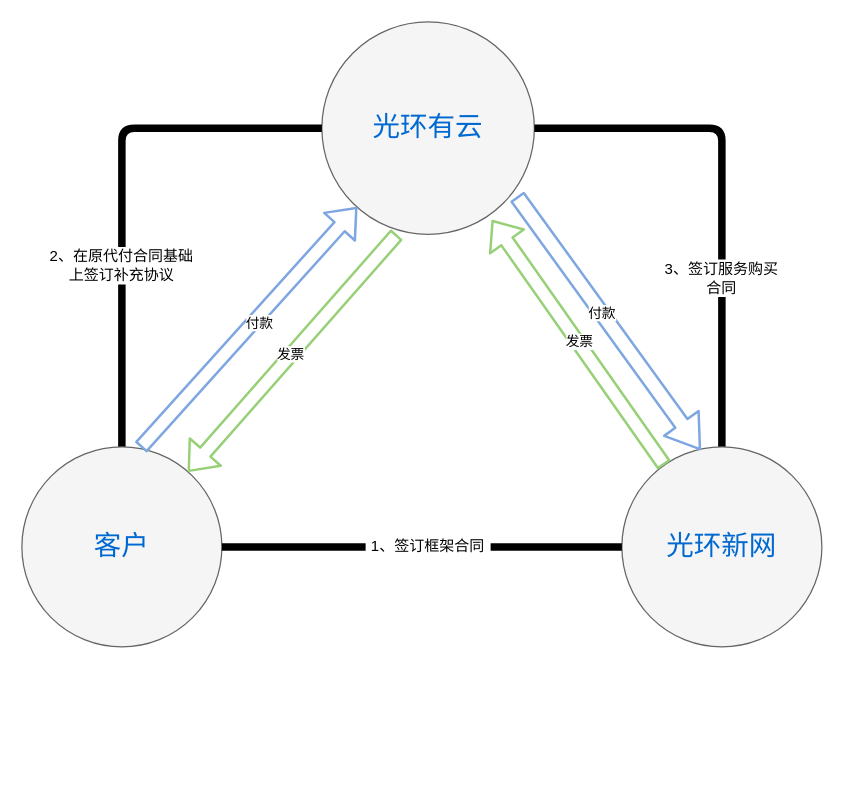
Above: 未命名绘图.drawio in foxprince/awsdraw (draw.io), before the change. Source tidied: cells renumbered, new cells numbered last; positions are measured from the earlier drawing's top-left corner, leaving out a move shared by most shapes. Both pictures are drawn from the tidied source at 125%, with x=0, y=0 at pixel (21, 21).
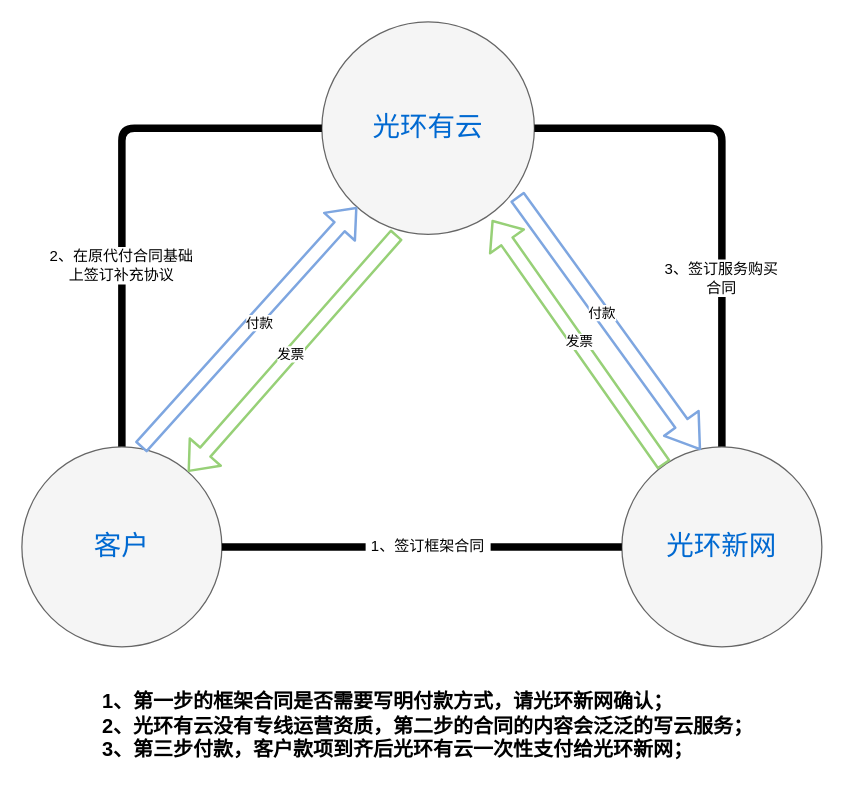
The same page after the edit.

Commit message:
更新未命名绘图.drawio

Change to the diagram source:
```diff
@@
+    <mxCell id="22" value="&lt;div style=&quot;text-align: left;&quot;&gt;&lt;br&gt;&lt;/div&gt;&lt;b style=&quot;&quot;&gt;&lt;div style=&quot;text-align: left;&quot;&gt;&lt;b style=&quot;font-size: medium; background-color: initial;&quot;&gt;1、&lt;/b&gt;&lt;b style=&quot;background-color: initial;&quot;&gt;&lt;font style=&quot;font-size: 16px;&quot;&gt;第一步的框架合同是否需要写明付款方式，请光环新网确认；&lt;/font&gt;&lt;/b&gt;&lt;/div&gt;&lt;/b&gt;&lt;font size=&quot;3&quot;&gt;&lt;div style=&quot;text-align: left;&quot;&gt;&lt;b style=&quot;background-color: initial;&quot;&gt;2、光环有云没有专线运营资质，第二步的合同的内容会泛泛的写云服务；&lt;/b&gt;&lt;/div&gt;&lt;/font&gt;&lt;div style=&quot;text-align: left;&quot;&gt;&lt;span style=&quot;background-color: initial;&quot;&gt;&lt;font size=&quot;3&quot;&gt;&lt;b&gt;3、第三步付款，客户款项到齐后光环有云一次性支付给光环新网；&lt;/b&gt;&lt;/font&gt;&lt;/span&gt;&lt;/div&gt;&lt;div style=&quot;text-align: left;&quot;&gt;&lt;span style=&quot;background-color: initial;&quot;&gt;&lt;font size=&quot;3&quot;&gt;&lt;b&gt;&lt;br&gt;&lt;/b&gt;&lt;/font&gt;&lt;/span&gt;&lt;/div&gt;" style="text;html=1;strokeColor=none;fillColor=none;align=center;verticalAlign=middle;whiteSpace=wrap;rounded=0;" parent="1" vertex="1">
+      <mxGeometry x="60" y="520" width="530" height="90" as="geometry" />
+    </mxCell>
```
